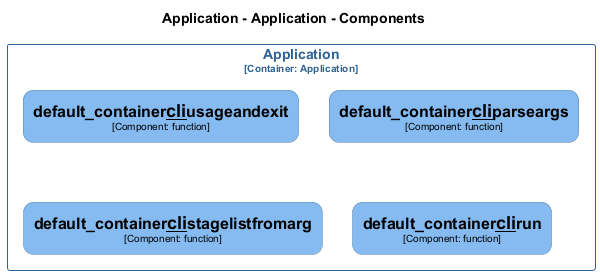
Earlier version of the PlantUML export docs/architecture/diagrams/structurizr-Classes_default_container__cli.png (chrislyons-dev/archlette).
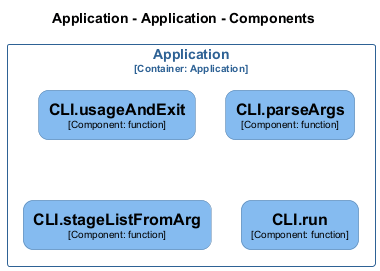
The same diagram one commit later.

Diff of the diagram source:
```diff
@@ -16,28 +16,28 @@
 
 hide stereotype
 
-skinparam rectangle<<Application.Application.default_container__cli__parseargs>> {
+skinparam rectangle<<Application.Application.CLIparseArgs>> {
   BackgroundColor #85bbf0
   FontColor #000000
   BorderColor #5d82a8
   roundCorner 20
   shadowing false
 }
-skinparam rectangle<<Application.Application.default_container__cli__run>> {
+skinparam rectangle<<Application.Application.CLIrun>> {
   BackgroundColor #85bbf0
   FontColor #000000
   BorderColor #5d82a8
   roundCorner 20
   shadowing false
 }
-skinparam rectangle<<Application.Application.default_container__cli__stagelistfromarg>> {
+skinparam rectangle<<Application.Application.CLIstageListFromArg>> {
   BackgroundColor #85bbf0
   FontColor #000000
   BorderColor #5d82a8
   roundCorner 20
   shadowing false
 }
-skinparam rectangle<<Application.Application.default_container__cli__usageandexit>> {
+skinparam rectangle<<Application.Application.CLIusageAndExit>> {
   BackgroundColor #85bbf0
   FontColor #000000
   BorderColor #5d82a8
@@ -51,10 +51,10 @@
 }
 
 rectangle "Application\n<size:10>[Container: Application]</size>" <<Application.Application>> {
-  rectangle "==default_container__cli__usageandexit\n<size:10>[Component: function]</size>" <<Application.Application.default_container__cli__usageandexit>> as Application.Application.default_container__cli__usageandexit
-  rectangle "==default_container__cli__parseargs\n<size:10>[Component: function]</size>" <<Application.Application.default_container__cli__parseargs>> as Application.Application.default_container__cli__parseargs
-  rectangle "==default_container__cli__stagelistfromarg\n<size:10>[Component: function]</size>" <<Application.Application.default_container__cli__stagelistfromarg>> as Application.Application.default_container__cli__stagelistfromarg
-  rectangle "==default_container__cli__run\n<size:10>[Component: function]</size>" <<Application.Application.default_container__cli__run>> as Application.Application.default_container__cli__run
+  rectangle "==CLI.usageAndExit\n<size:10>[Component: function]</size>" <<Application.Application.CLIusageAndExit>> as Application.Application.CLIusageAndExit
+  rectangle "==CLI.parseArgs\n<size:10>[Component: function]</size>" <<Application.Application.CLIparseArgs>> as Application.Application.CLIparseArgs
+  rectangle "==CLI.stageListFromArg\n<size:10>[Component: function]</size>" <<Application.Application.CLIstageListFromArg>> as Application.Application.CLIstageListFromArg
+  rectangle "==CLI.run\n<size:10>[Component: function]</size>" <<Application.Application.CLIrun>> as Application.Application.CLIrun
 }
 
 @enduml
```
